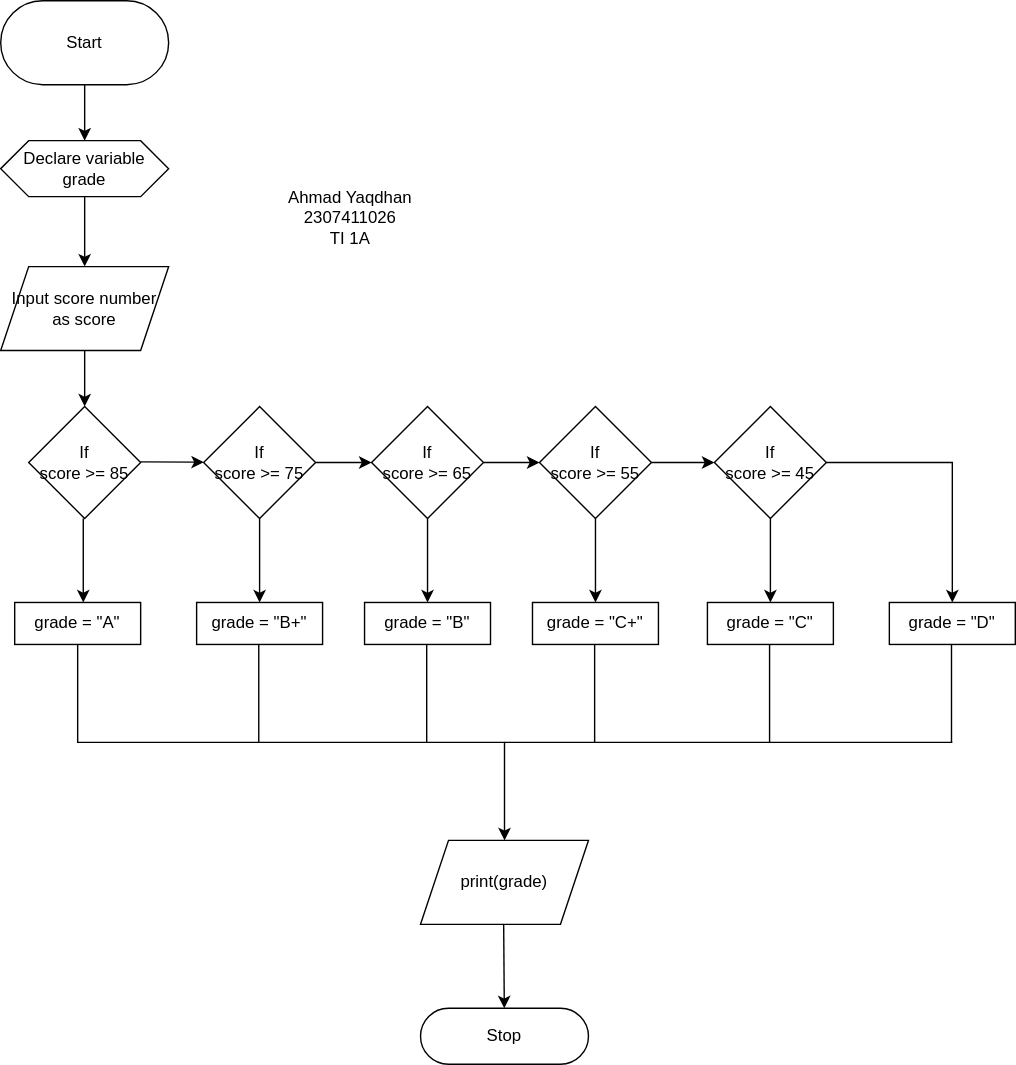
Mednoob/Mednoob keeps this draw.io diagram as Flowchart5.drawio.svg. Above is the earlier version. Source tidied: cells renumbered, new cells last; positions are measured from the earlier drawing's top-left corner, leaving out a move shared by most shapes. The source it was exported from:
```xml
<mxGraphModel>
  <root>
    <mxCell id="0" />
    <mxCell id="1" parent="0" />
    <mxCell id="2" value="Start" style="rounded=1;whiteSpace=wrap;html=1;arcSize=50;" parent="1" vertex="1">
      <mxGeometry width="120" height="60" as="geometry" />
    </mxCell>
    <mxCell id="3" value="Input score number as score" style="shape=parallelogram;perimeter=parallelogramPerimeter;whiteSpace=wrap;html=1;fixedSize=1;" parent="1" vertex="1">
      <mxGeometry y="190" width="120" height="60" as="geometry" />
    </mxCell>
    <mxCell id="4" style="endArrow=classic;html=1;rounded=0;" parent="1" edge="1">
      <mxGeometry relative="1" as="geometry">
        <mxPoint x="60" y="250" as="sourcePoint" />
        <mxPoint x="60" y="290" as="targetPoint" />
      </mxGeometry>
    </mxCell>
    <mxCell id="5" value="If&lt;br&gt;score &amp;gt;= 85" style="rhombus;whiteSpace=wrap;html=1;" parent="1" vertex="1">
      <mxGeometry x="20" y="290" width="80" height="80" as="geometry" />
    </mxCell>
    <mxCell id="6" style="endArrow=classic;html=1;rounded=0;" parent="1" edge="1">
      <mxGeometry relative="1" as="geometry">
        <mxPoint x="59" y="370" as="sourcePoint" />
        <mxPoint x="59" y="430" as="targetPoint" />
      </mxGeometry>
    </mxCell>
    <mxCell id="7" style="endArrow=classic;html=1;rounded=0;" parent="1" edge="1" target="8">
      <mxGeometry relative="1" as="geometry">
        <mxPoint x="100" y="329.5" as="sourcePoint" />
      </mxGeometry>
    </mxCell>
    <mxCell id="8" value="If&lt;br&gt;score &amp;gt;= 75" style="rhombus;whiteSpace=wrap;html=1;" parent="1" vertex="1">
      <mxGeometry x="145" y="290" width="80" height="80" as="geometry" />
    </mxCell>
    <mxCell id="9" value="Declare variable&lt;br&gt;grade" style="shape=hexagon;perimeter=hexagonPerimeter2;whiteSpace=wrap;html=1;fixedSize=1;" parent="1" vertex="1">
      <mxGeometry y="100" width="120" height="40" as="geometry" />
    </mxCell>
    <mxCell id="10" style="endArrow=classic;html=1;rounded=0;entryX=0.5;entryY=0;entryDx=0;entryDy=0;" parent="1" edge="1" target="3">
      <mxGeometry relative="1" as="geometry">
        <mxPoint x="60" y="140" as="sourcePoint" />
      </mxGeometry>
    </mxCell>
    <mxCell id="11" style="endArrow=classic;html=1;rounded=0;entryX=0.5;entryY=0;entryDx=0;entryDy=0;" parent="1" edge="1" target="9">
      <mxGeometry relative="1" as="geometry">
        <mxPoint x="60" y="60" as="sourcePoint" />
      </mxGeometry>
    </mxCell>
    <mxCell id="12" style="endArrow=classic;html=1;rounded=0;" parent="1" edge="1" target="13">
      <mxGeometry relative="1" as="geometry">
        <mxPoint x="225" y="330" as="sourcePoint" />
      </mxGeometry>
    </mxCell>
    <mxCell id="13" value="If&lt;br&gt;score &amp;gt;= 65" style="rhombus;whiteSpace=wrap;html=1;" parent="1" vertex="1">
      <mxGeometry x="265" y="290" width="80" height="80" as="geometry" />
    </mxCell>
    <mxCell id="14" style="endArrow=classic;html=1;rounded=0;" parent="1" edge="1">
      <mxGeometry relative="1" as="geometry">
        <mxPoint x="345" y="330" as="sourcePoint" />
        <mxPoint x="385" y="330" as="targetPoint" />
      </mxGeometry>
    </mxCell>
    <mxCell id="15" value="If&lt;br&gt;score &amp;gt;= 55" style="rhombus;whiteSpace=wrap;html=1;" parent="1" vertex="1">
      <mxGeometry x="385" y="290" width="80" height="80" as="geometry" />
    </mxCell>
    <mxCell id="16" style="endArrow=classic;html=1;rounded=0;exitX=1;exitY=0.5;exitDx=0;exitDy=0;" parent="1" edge="1" source="15">
      <mxGeometry relative="1" as="geometry">
        <mxPoint x="510" y="330" as="targetPoint" />
      </mxGeometry>
    </mxCell>
    <mxCell id="17" value="If&lt;br&gt;score &amp;gt;= 45" style="rhombus;whiteSpace=wrap;html=1;" parent="1" vertex="1">
      <mxGeometry x="510" y="290" width="80" height="80" as="geometry" />
    </mxCell>
    <mxCell id="18" style="endArrow=classic;html=1;rounded=0;entryX=0.5;entryY=0;entryDx=0;entryDy=0;" parent="1" edge="1" target="28">
      <mxGeometry relative="1" as="geometry">
        <mxPoint x="590" y="330" as="sourcePoint" />
        <Array as="points">
          <mxPoint x="680" y="330" />
        </Array>
      </mxGeometry>
    </mxCell>
    <mxCell id="19" value="grade = &quot;A&quot;" style="rounded=0;whiteSpace=wrap;html=1;" parent="1" vertex="1">
      <mxGeometry x="10" y="430" width="90" height="30" as="geometry" />
    </mxCell>
    <mxCell id="20" value="grade = &quot;B+&quot;" style="rounded=0;whiteSpace=wrap;html=1;" parent="1" vertex="1">
      <mxGeometry x="140" y="430" width="90" height="30" as="geometry" />
    </mxCell>
    <mxCell id="21" style="endArrow=classic;html=1;rounded=0;entryX=0.5;entryY=0;entryDx=0;entryDy=0;exitX=0.5;exitY=1;exitDx=0;exitDy=0;" parent="1" edge="1" source="8" target="20">
      <mxGeometry relative="1" as="geometry" />
    </mxCell>
    <mxCell id="22" value="grade = &quot;C+&quot;" style="rounded=0;whiteSpace=wrap;html=1;" parent="1" vertex="1">
      <mxGeometry x="380" y="430" width="90" height="30" as="geometry" />
    </mxCell>
    <mxCell id="23" style="endArrow=classic;html=1;rounded=0;entryX=0.5;entryY=0;entryDx=0;entryDy=0;exitX=0.5;exitY=1;exitDx=0;exitDy=0;" parent="1" edge="1" target="22">
      <mxGeometry relative="1" as="geometry">
        <mxPoint x="425" y="370" as="sourcePoint" />
      </mxGeometry>
    </mxCell>
    <mxCell id="24" value="grade = &quot;B&quot;" style="rounded=0;whiteSpace=wrap;html=1;" parent="1" vertex="1">
      <mxGeometry x="260" y="430" width="90" height="30" as="geometry" />
    </mxCell>
    <mxCell id="25" style="endArrow=classic;html=1;rounded=0;entryX=0.5;entryY=0;entryDx=0;entryDy=0;exitX=0.5;exitY=1;exitDx=0;exitDy=0;" parent="1" edge="1" target="24">
      <mxGeometry relative="1" as="geometry">
        <mxPoint x="305" y="370" as="sourcePoint" />
      </mxGeometry>
    </mxCell>
    <mxCell id="26" value="grade = &quot;C&quot;" style="rounded=0;whiteSpace=wrap;html=1;" parent="1" vertex="1">
      <mxGeometry x="505" y="430" width="90" height="30" as="geometry" />
    </mxCell>
    <mxCell id="27" style="endArrow=classic;html=1;rounded=0;entryX=0.5;entryY=0;entryDx=0;entryDy=0;exitX=0.5;exitY=1;exitDx=0;exitDy=0;" parent="1" edge="1" target="26">
      <mxGeometry relative="1" as="geometry">
        <mxPoint x="550" y="370" as="sourcePoint" />
      </mxGeometry>
    </mxCell>
    <mxCell id="28" value="grade = &quot;D&quot;" style="rounded=0;whiteSpace=wrap;html=1;" parent="1" vertex="1">
      <mxGeometry x="635" y="430" width="90" height="30" as="geometry" />
    </mxCell>
    <mxCell id="29" style="endArrow=classic;html=1;rounded=0;exitX=0.5;exitY=1;exitDx=0;exitDy=0;" parent="1" edge="1" source="19">
      <mxGeometry relative="1" as="geometry">
        <mxPoint x="360" y="600" as="targetPoint" />
        <Array as="points">
          <mxPoint x="55" y="530" />
          <mxPoint x="360" y="530" />
        </Array>
      </mxGeometry>
    </mxCell>
    <mxCell id="30" style="endArrow=none;html=1;rounded=0;" parent="1" edge="1">
      <mxGeometry relative="1" as="geometry">
        <mxPoint x="184.4" y="530" as="sourcePoint" />
        <mxPoint x="184.4" y="460" as="targetPoint" />
      </mxGeometry>
    </mxCell>
    <mxCell id="31" style="endArrow=none;html=1;rounded=0;" parent="1" edge="1">
      <mxGeometry relative="1" as="geometry">
        <mxPoint x="304.4" y="530" as="sourcePoint" />
        <mxPoint x="304.4" y="460" as="targetPoint" />
      </mxGeometry>
    </mxCell>
    <mxCell id="32" style="endArrow=none;html=1;rounded=0;" parent="1" edge="1">
      <mxGeometry relative="1" as="geometry">
        <mxPoint x="424.4" y="530" as="sourcePoint" />
        <mxPoint x="424.4" y="460" as="targetPoint" />
      </mxGeometry>
    </mxCell>
    <mxCell id="33" style="endArrow=none;html=1;rounded=0;" parent="1" edge="1">
      <mxGeometry relative="1" as="geometry">
        <mxPoint x="549.4" y="530" as="sourcePoint" />
        <mxPoint x="549.4" y="460" as="targetPoint" />
      </mxGeometry>
    </mxCell>
    <mxCell id="34" style="endArrow=none;html=1;rounded=0;" parent="1" edge="1">
      <mxGeometry relative="1" as="geometry">
        <mxPoint x="679.4" y="530" as="sourcePoint" />
        <mxPoint x="679.4" y="460" as="targetPoint" />
      </mxGeometry>
    </mxCell>
    <mxCell id="35" style="endArrow=none;html=1;rounded=0;" parent="1" edge="1">
      <mxGeometry relative="1" as="geometry">
        <mxPoint x="360" y="530" as="sourcePoint" />
        <mxPoint x="680" y="530" as="targetPoint" />
      </mxGeometry>
    </mxCell>
    <mxCell id="36" value="print(grade)" style="shape=parallelogram;perimeter=parallelogramPerimeter;whiteSpace=wrap;html=1;fixedSize=1;" parent="1" vertex="1">
      <mxGeometry x="300" y="600" width="120" height="60" as="geometry" />
    </mxCell>
    <mxCell id="37" style="endArrow=classic;html=1;rounded=0;" parent="1" edge="1" target="38">
      <mxGeometry relative="1" as="geometry">
        <mxPoint x="359.4" y="660" as="sourcePoint" />
      </mxGeometry>
    </mxCell>
    <mxCell id="38" value="Stop" style="rounded=1;whiteSpace=wrap;html=1;arcSize=50;" parent="1" vertex="1">
      <mxGeometry x="300" y="720" width="120" height="40" as="geometry" />
    </mxCell>
    <mxCell id="39" value="Ahmad Yaqdhan&lt;br&gt;2307411026&lt;br&gt;TI 1A" style="text;html=1;strokeColor=none;fillColor=none;align=center;verticalAlign=middle;whiteSpace=wrap;rounded=0;" parent="1" vertex="1">
      <mxGeometry x="190" y="140" width="120" height="30" as="geometry" />
    </mxCell>
  </root>
</mxGraphModel>
```
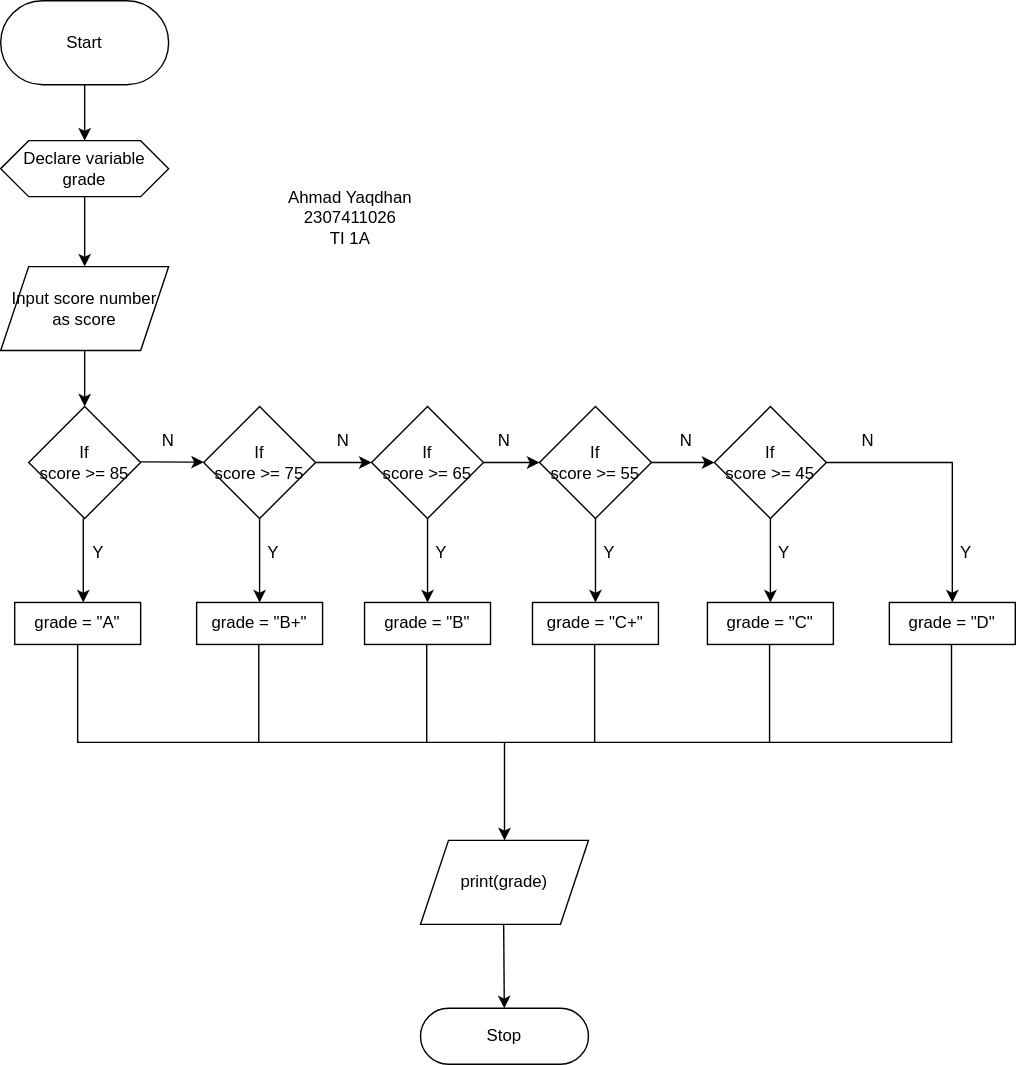
After the commit.

Diff of the diagram source:
```diff
@@ -44,11 +44,6 @@
         <mxPoint x="60" y="60" as="sourcePoint" />
       </mxGeometry>
     </mxCell>
-    <mxCell id="12" style="endArrow=classic;html=1;rounded=0;" parent="1" edge="1" target="13">
-      <mxGeometry relative="1" as="geometry">
-        <mxPoint x="225" y="330" as="sourcePoint" />
-      </mxGeometry>
-    </mxCell>
     <mxCell id="13" value="If&lt;br&gt;score &amp;gt;= 65" style="rhombus;whiteSpace=wrap;html=1;" parent="1" vertex="1">
       <mxGeometry x="265" y="290" width="80" height="80" as="geometry" />
     </mxCell>
@@ -61,11 +56,6 @@
     <mxCell id="15" value="If&lt;br&gt;score &amp;gt;= 55" style="rhombus;whiteSpace=wrap;html=1;" parent="1" vertex="1">
       <mxGeometry x="385" y="290" width="80" height="80" as="geometry" />
     </mxCell>
-    <mxCell id="16" style="endArrow=classic;html=1;rounded=0;exitX=1;exitY=0.5;exitDx=0;exitDy=0;" parent="1" edge="1" source="15">
-      <mxGeometry relative="1" as="geometry">
-        <mxPoint x="510" y="330" as="targetPoint" />
-      </mxGeometry>
-    </mxCell>
     <mxCell id="17" value="If&lt;br&gt;score &amp;gt;= 45" style="rhombus;whiteSpace=wrap;html=1;" parent="1" vertex="1">
       <mxGeometry x="510" y="290" width="80" height="80" as="geometry" />
     </mxCell>
@@ -172,5 +162,48 @@
     <mxCell id="39" value="Ahmad Yaqdhan&lt;br&gt;2307411026&lt;br&gt;TI 1A" style="text;html=1;strokeColor=none;fillColor=none;align=center;verticalAlign=middle;whiteSpace=wrap;rounded=0;" parent="1" vertex="1">
       <mxGeometry x="190" y="140" width="120" height="30" as="geometry" />
     </mxCell>
+    <mxCell id="40" value="Y" style="text;html=1;strokeColor=none;fillColor=none;align=center;verticalAlign=middle;whiteSpace=wrap;rounded=0;" parent="1" vertex="1">
+      <mxGeometry x="40" y="380" width="60" height="30" as="geometry" />
+    </mxCell>
+    <mxCell id="41" value="Y" style="text;html=1;strokeColor=none;fillColor=none;align=center;verticalAlign=middle;whiteSpace=wrap;rounded=0;" parent="1" vertex="1">
+      <mxGeometry x="165" y="380" width="60" height="30" as="geometry" />
+    </mxCell>
+    <mxCell id="42" value="Y" style="text;html=1;strokeColor=none;fillColor=none;align=center;verticalAlign=middle;whiteSpace=wrap;rounded=0;" parent="1" vertex="1">
+      <mxGeometry x="285" y="380" width="60" height="30" as="geometry" />
+    </mxCell>
+    <mxCell id="43" value="Y" style="text;html=1;strokeColor=none;fillColor=none;align=center;verticalAlign=middle;whiteSpace=wrap;rounded=0;" parent="1" vertex="1">
+      <mxGeometry x="405" y="380" width="60" height="30" as="geometry" />
+    </mxCell>
+    <mxCell id="44" value="Y" style="text;html=1;strokeColor=none;fillColor=none;align=center;verticalAlign=middle;whiteSpace=wrap;rounded=0;" parent="1" vertex="1">
+      <mxGeometry x="530" y="380" width="60" height="30" as="geometry" />
+    </mxCell>
+    <mxCell id="45" value="Y" style="text;html=1;strokeColor=none;fillColor=none;align=center;verticalAlign=middle;whiteSpace=wrap;rounded=0;" parent="1" vertex="1">
+      <mxGeometry x="660" y="380" width="60" height="30" as="geometry" />
+    </mxCell>
+    <mxCell id="46" value="N" style="text;html=1;strokeColor=none;fillColor=none;align=center;verticalAlign=middle;whiteSpace=wrap;rounded=0;" parent="1" vertex="1">
+      <mxGeometry x="90" y="300" width="60" height="30" as="geometry" />
+    </mxCell>
+    <mxCell id="47" style="endArrow=classic;html=1;rounded=0;entryX=0;entryY=0.5;entryDx=0;entryDy=0;" parent="1" edge="1" target="13">
+      <mxGeometry relative="1" as="geometry">
+        <mxPoint x="225" y="330" as="sourcePoint" />
+      </mxGeometry>
+    </mxCell>
+    <mxCell id="48" value="N" style="text;html=1;strokeColor=none;fillColor=none;align=center;verticalAlign=middle;whiteSpace=wrap;rounded=0;" parent="1" vertex="1">
+      <mxGeometry x="225" y="300" width="40" height="30" as="geometry" />
+    </mxCell>
+    <mxCell id="49" value="N" style="text;html=1;strokeColor=none;fillColor=none;align=center;verticalAlign=middle;whiteSpace=wrap;rounded=0;" parent="1" vertex="1">
+      <mxGeometry x="330" y="300" width="60" height="30" as="geometry" />
+    </mxCell>
+    <mxCell id="50" value="N" style="text;html=1;strokeColor=none;fillColor=none;align=center;verticalAlign=middle;whiteSpace=wrap;rounded=0;" parent="1" vertex="1">
+      <mxGeometry x="590" y="300" width="60" height="30" as="geometry" />
+    </mxCell>
+    <mxCell id="51" style="endArrow=classic;html=1;rounded=0;entryX=0;entryY=0.5;entryDx=0;entryDy=0;" parent="1" edge="1" target="17">
+      <mxGeometry relative="1" as="geometry">
+        <mxPoint x="465" y="330" as="sourcePoint" />
+      </mxGeometry>
+    </mxCell>
+    <mxCell id="52" value="N" style="text;html=1;strokeColor=none;fillColor=none;align=center;verticalAlign=middle;whiteSpace=wrap;rounded=0;" parent="1" vertex="1">
+      <mxGeometry x="460" y="305" width="60" height="20" as="geometry" />
+    </mxCell>
   </root>
 </mxGraphModel>
```
